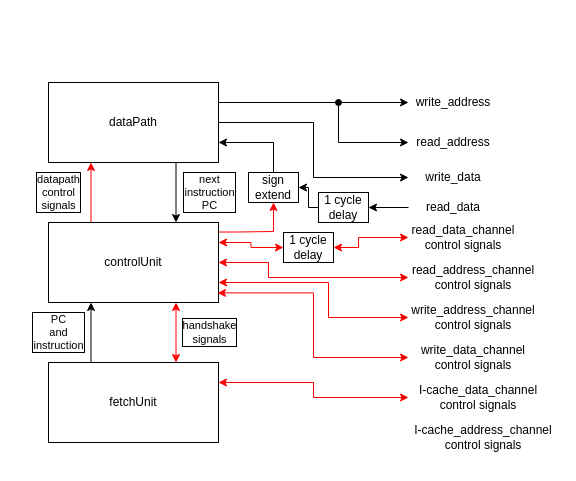
Kaveesha-98/065-538-720-GNC keeps this draw.io diagram as page "raven_core" (3 of 3) of raven_core/block diagrum/raven_core_block_diagrum.drawio. Above is the earlier version. Source tidied: cells renumbered, new cells numbered last; positions are measured from the earlier drawing's top-left corner, leaving out a move shared by most shapes. Both pictures are drawn from the tidied source at 100%, with x=0, y=0 at pixel (48, 82).
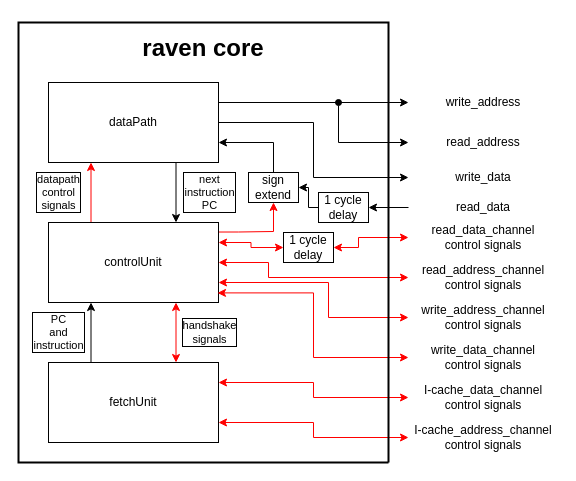
The same diagram, later.

Commit message (it also covers changes not shown here):
block diagrum updates

Unchanged cells that the change refers to:
```xml
<mxCell id="12" value="fetchUnit" style="rounded=0;whiteSpace=wrap;html=1;" parent="1" vertex="1">
  <mxGeometry y="280" width="170" height="80" as="geometry" />
</mxCell>
<mxCell id="34" value="I-cache_address_channel&lt;br&gt;control signals" style="text;html=1;strokeColor=none;fillColor=none;align=center;verticalAlign=middle;whiteSpace=wrap;rounded=0;" parent="1" vertex="1">
  <mxGeometry x="360" y="340" width="150" height="30" as="geometry" />
</mxCell>
```

Diff of the diagram source:
```diff
@@
     <mxCell id="13" value="write_address" style="text;html=1;strokeColor=none;fillColor=none;align=center;verticalAlign=middle;whiteSpace=wrap;rounded=0;" parent="1" vertex="1">
-      <mxGeometry x="360" y="5" width="90" height="30" as="geometry" />
+      <mxGeometry x="360" y="5" width="150" height="30" as="geometry" />
     </mxCell>
@@
     <mxCell id="15" value="read_address" style="text;html=1;strokeColor=none;fillColor=none;align=center;verticalAlign=middle;whiteSpace=wrap;rounded=0;" parent="1" vertex="1">
-      <mxGeometry x="360" y="45" width="90" height="30" as="geometry" />
+      <mxGeometry x="360" y="45" width="150" height="30" as="geometry" />
     </mxCell>
     <mxCell id="16" value="write_data" style="text;html=1;strokeColor=none;fillColor=none;align=center;verticalAlign=middle;whiteSpace=wrap;rounded=0;" parent="1" vertex="1">
-      <mxGeometry x="360" y="80" width="90" height="30" as="geometry" />
+      <mxGeometry x="360" y="80" width="150" height="30" as="geometry" />
     </mxCell>
@@
     <mxCell id="18" value="read_data" style="text;html=1;strokeColor=none;fillColor=none;align=center;verticalAlign=middle;whiteSpace=wrap;rounded=0;" parent="1" vertex="1">
-      <mxGeometry x="360" y="110" width="90" height="30" as="geometry" />
+      <mxGeometry x="360" y="110" width="150" height="30" as="geometry" />
     </mxCell>
@@
     <mxCell id="24" value="read_data_channel&lt;br&gt;control signals" style="text;html=1;strokeColor=none;fillColor=none;align=center;verticalAlign=middle;whiteSpace=wrap;rounded=0;" parent="1" vertex="1">
-      <mxGeometry x="360" y="140" width="110" height="30" as="geometry" />
+      <mxGeometry x="360" y="140" width="150" height="30" as="geometry" />
     </mxCell>
@@
     <mxCell id="28" value="read_address_channel&lt;br&gt;control signals" style="text;html=1;strokeColor=none;fillColor=none;align=center;verticalAlign=middle;whiteSpace=wrap;rounded=0;" parent="1" vertex="1">
-      <mxGeometry x="360" y="180" width="130" height="30" as="geometry" />
+      <mxGeometry x="360" y="180" width="150" height="30" as="geometry" />
     </mxCell>
@@
     <mxCell id="30" value="write_address_channel&lt;br&gt;control signals" style="text;html=1;strokeColor=none;fillColor=none;align=center;verticalAlign=middle;whiteSpace=wrap;rounded=0;" parent="1" vertex="1">
-      <mxGeometry x="360" y="220" width="130" height="30" as="geometry" />
+      <mxGeometry x="360" y="220" width="150" height="30" as="geometry" />
     </mxCell>
@@
     <mxCell id="32" value="write_data_channel&lt;br&gt;control signals" style="text;html=1;strokeColor=none;fillColor=none;align=center;verticalAlign=middle;whiteSpace=wrap;rounded=0;" parent="1" vertex="1">
-      <mxGeometry x="360" y="260" width="130" height="30" as="geometry" />
+      <mxGeometry x="360" y="260" width="150" height="30" as="geometry" />
     </mxCell>
     <mxCell id="33" value="I-cache_data_channel&lt;br&gt;control signals" style="text;html=1;strokeColor=none;fillColor=none;align=center;verticalAlign=middle;whiteSpace=wrap;rounded=0;" parent="1" vertex="1">
-      <mxGeometry x="360" y="300" width="140" height="30" as="geometry" />
+      <mxGeometry x="360" y="300" width="150" height="30" as="geometry" />
     </mxCell>
+    <mxCell id="35" style="edgeStyle=orthogonalEdgeStyle;rounded=0;jettySize=auto;html=1;exitX=0;exitY=0.5;exitDx=0;exitDy=0;entryX=1;entryY=0.75;entryDx=0;entryDy=0;strokeColor=#FF0000;startArrow=classic;startFill=1;" parent="1" edge="1" source="34" target="12">
+      <mxGeometry relative="1" as="geometry" />
+    </mxCell>
@@
+    <mxCell id="36" value="&lt;h1&gt;raven core&lt;/h1&gt;" style="text;html=1;strokeColor=none;fillColor=none;spacing=5;spacingTop=-20;whiteSpace=wrap;overflow=hidden;rounded=0;align=center;verticalAlign=middle;" parent="1" vertex="1">
+      <mxGeometry x="90" y="-50" width="130" height="40" as="geometry" />
+    </mxCell>
+    <mxCell id="37" style="endArrow=none;html=1;rounded=0;strokeColor=#000000;strokeWidth=2;" parent="1" edge="1">
+      <mxGeometry relative="1" as="geometry">
+        <mxPoint x="340" y="380" as="sourcePoint" />
+        <mxPoint x="340" y="380" as="targetPoint" />
+        <Array as="points">
+          <mxPoint x="-30" y="380" />
+          <mxPoint x="-30" y="-60" />
+          <mxPoint x="340" y="-60" />
+        </Array>
+      </mxGeometry>
+    </mxCell>
```
